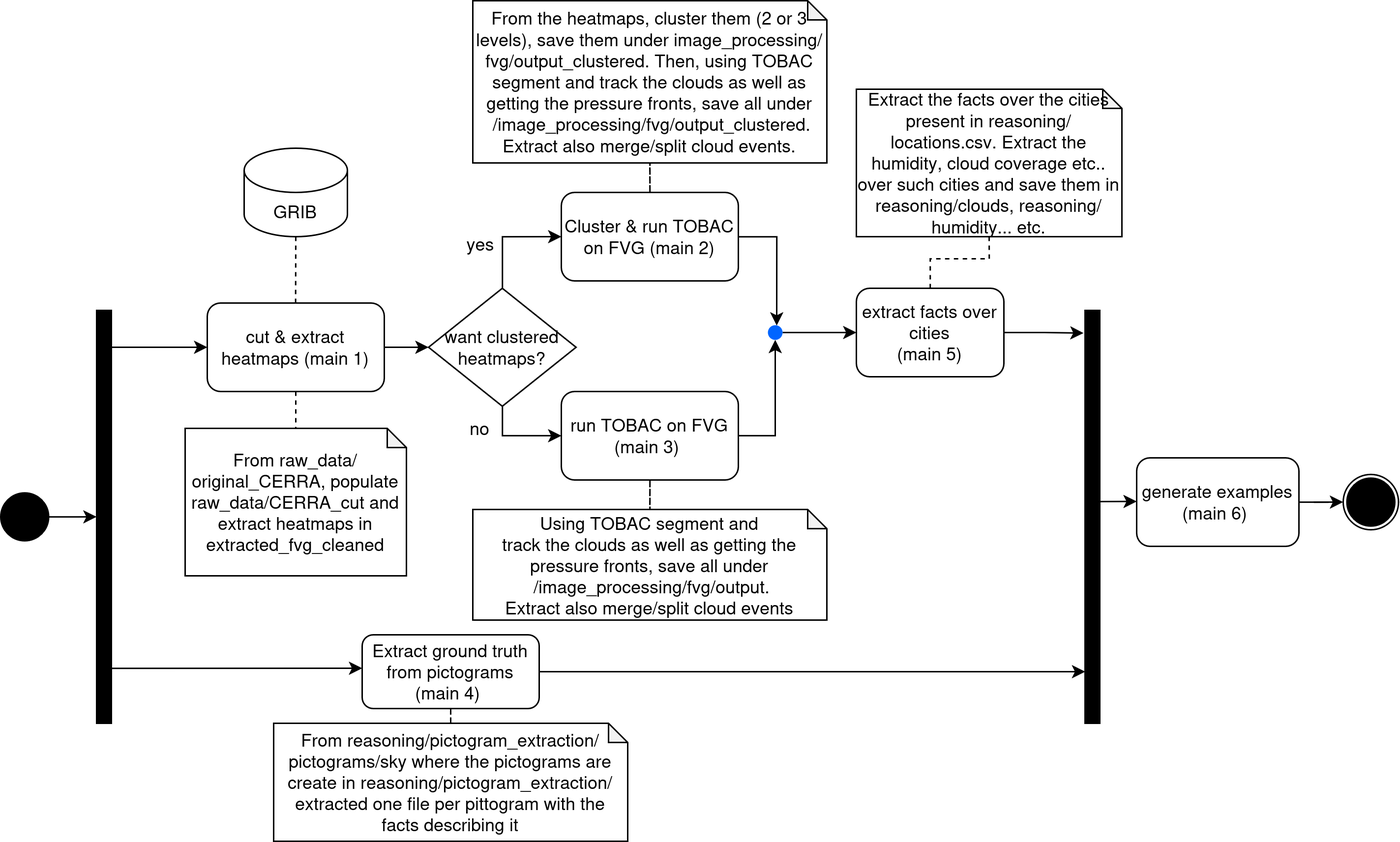
Earlier version of the draw.io export pipeline.png (EnrSanti/ForecastExplanation). Source tidied: cells renumbered, new cells last; positions are measured from the earlier drawing's top-left corner, leaving out a move shared by most shapes.
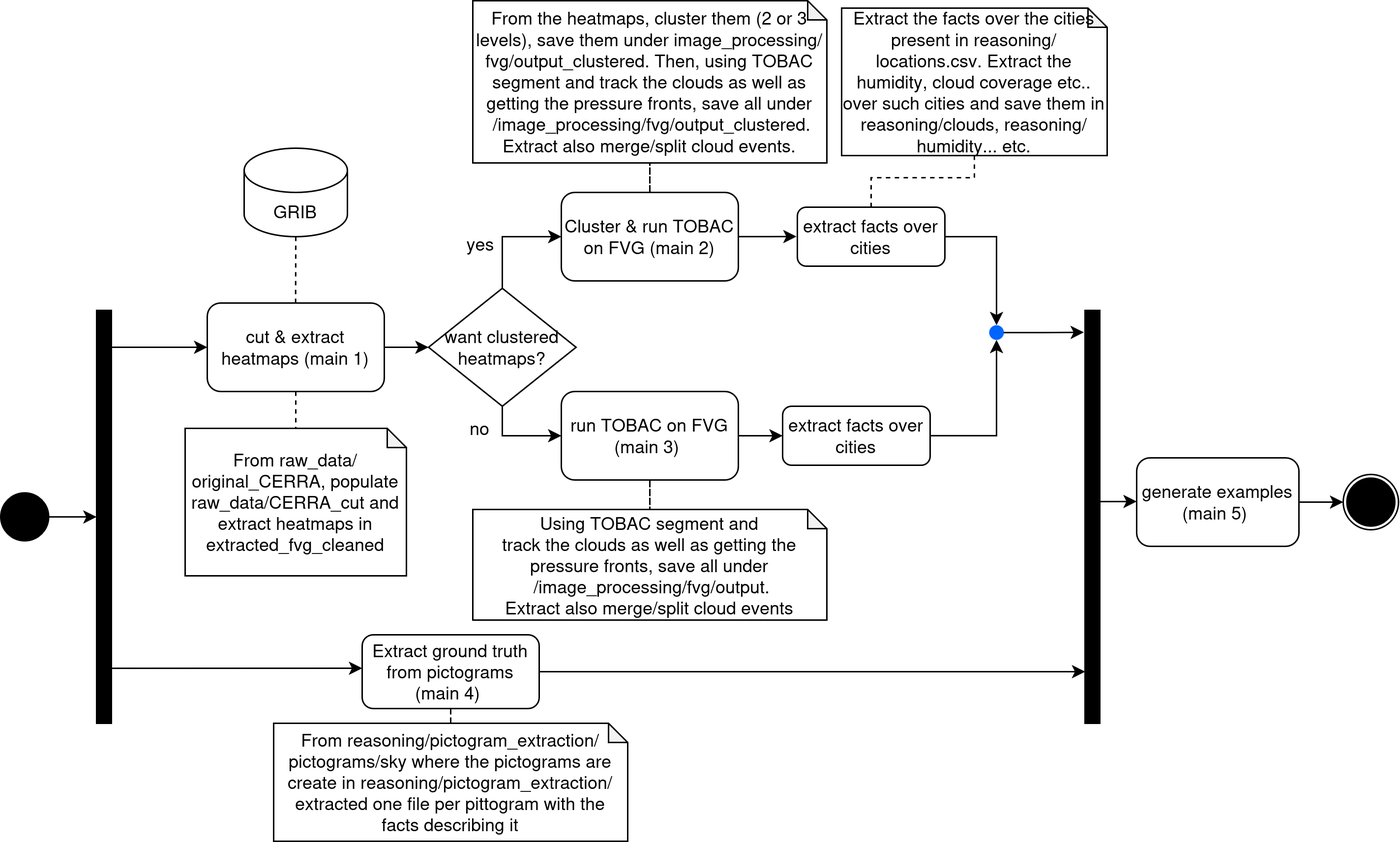
The same diagram one commit later.

The edit, as a diff of the source:
```diff
@@ -17,7 +17,7 @@
     <mxCell id="6" value="From raw_data/original_CERRA, populate raw_data/CERRA_cut and extract heatmaps in extracted_fvg_cleaned" style="shape=note;whiteSpace=wrap;html=1;backgroundOutline=1;darkOpacity=0.05;size=13;" parent="1" vertex="1">
       <mxGeometry x="195" y="290" width="150" height="100" as="geometry" />
     </mxCell>
-    <mxCell id="7" style="edgeStyle=orthogonalEdgeStyle;rounded=0;jettySize=auto;html=1;entryX=0.6;entryY=0.027;entryDx=0;entryDy=0;entryPerimeter=0;" parent="1" edge="1" source="8" target="15">
+    <mxCell id="7" style="edgeStyle=orthogonalEdgeStyle;rounded=0;jettySize=auto;html=1;entryX=-0.005;entryY=0.498;entryDx=0;entryDy=0;entryPerimeter=0;" parent="1" edge="1" source="8" target="36">
       <mxGeometry relative="1" as="geometry" />
     </mxCell>
     <mxCell id="8" value="Cluster &amp;amp; run TOBAC on FVG (main 2)" style="rounded=1;whiteSpace=wrap;html=1;" parent="1" vertex="1">
@@ -40,18 +40,12 @@
     <mxCell id="11" value="want clustered heatmaps?" style="rhombus;whiteSpace=wrap;html=1;" parent="1" vertex="1">
       <mxGeometry x="360" y="195" width="100" height="80" as="geometry" />
     </mxCell>
-    <mxCell id="12" style="edgeStyle=orthogonalEdgeStyle;rounded=0;jettySize=auto;html=1;entryX=0.5;entryY=1;entryDx=0;entryDy=0;" parent="1" edge="1" source="13" target="15">
+    <mxCell id="12" style="edgeStyle=orthogonalEdgeStyle;rounded=0;jettySize=auto;html=1;entryX=0;entryY=0.5;entryDx=0;entryDy=0;" parent="1" edge="1" source="13" target="46">
       <mxGeometry relative="1" as="geometry" />
     </mxCell>
     <mxCell id="13" value="run TOBAC on FVG (main 3)&amp;nbsp;" style="rounded=1;whiteSpace=wrap;html=1;" parent="1" vertex="1">
       <mxGeometry x="450" y="265" width="120" height="60" as="geometry" />
     </mxCell>
-    <mxCell id="14" style="edgeStyle=orthogonalEdgeStyle;rounded=0;jettySize=auto;html=1;entryX=0;entryY=0.5;entryDx=0;entryDy=0;" parent="1" edge="1" source="15" target="36">
-      <mxGeometry relative="1" as="geometry" />
-    </mxCell>
-    <mxCell id="15" style="shape=ellipse;fillColor=light-dark(#0065FF,#000000);strokeColor=none;html=1;sketch=0;" parent="1" vertex="1">
-      <mxGeometry x="590" y="220" width="10" height="10" as="geometry" />
-    </mxCell>
     <mxCell id="16" style="edgeStyle=orthogonalEdgeStyle;rounded=0;jettySize=auto;html=1;entryX=0.875;entryY=0.988;entryDx=0;entryDy=0;entryPerimeter=0;" parent="1" edge="1" source="18" target="25">
       <mxGeometry relative="1" as="geometry" />
     </mxCell>
@@ -117,7 +111,7 @@
     <mxCell id="32" style="edgeStyle=orthogonalEdgeStyle;rounded=0;jettySize=auto;html=1;entryX=0;entryY=0.5;entryDx=0;entryDy=0;" parent="1" edge="1" source="33" target="42">
       <mxGeometry relative="1" as="geometry" />
     </mxCell>
-    <mxCell id="33" value="generate examples (main 6)&amp;nbsp;" style="rounded=1;whiteSpace=wrap;html=1;" parent="1" vertex="1">
+    <mxCell id="33" value="generate examples (main 5)&amp;nbsp;" style="rounded=1;whiteSpace=wrap;html=1;" parent="1" vertex="1">
       <mxGeometry x="840" y="310" width="110" height="60" as="geometry" />
     </mxCell>
     <mxCell id="34" value="yes" style="text;html=1;whiteSpace=wrap;strokeColor=none;fillColor=none;align=center;verticalAlign=middle;rounded=0;" parent="1" vertex="1">
@@ -126,14 +120,14 @@
     <mxCell id="35" value="no" style="text;html=1;whiteSpace=wrap;strokeColor=none;fillColor=none;align=center;verticalAlign=middle;rounded=0;" parent="1" vertex="1">
       <mxGeometry x="380" y="275" width="30" height="30" as="geometry" />
     </mxCell>
+    <mxCell id="43" style="edgeStyle=orthogonalEdgeStyle;rounded=0;jettySize=auto;html=1;entryX=0.5;entryY=0;entryDx=0;entryDy=0;" parent="1" edge="1" source="36" target="44">
+      <mxGeometry relative="1" as="geometry" />
+    </mxCell>
-    <mxCell id="36" value="&lt;div&gt;extract facts over cities&lt;/div&gt;&lt;div&gt;(main 5)&lt;/div&gt;" style="rounded=1;whiteSpace=wrap;html=1;" parent="1" vertex="1">
-      <mxGeometry x="650" y="195" width="100" height="60" as="geometry" />
+    <mxCell id="36" value="&lt;div&gt;extract facts over cities&lt;/div&gt;" style="rounded=1;whiteSpace=wrap;html=1;" parent="1" vertex="1">
+      <mxGeometry x="610" y="140" width="100" height="40" as="geometry" />
     </mxCell>
-    <mxCell id="37" style="edgeStyle=orthogonalEdgeStyle;rounded=0;jettySize=auto;html=1;entryX=0.055;entryY=1.101;entryDx=0;entryDy=0;entryPerimeter=0;" parent="1" edge="1" source="36" target="25">
-      <mxGeometry relative="1" as="geometry" />
-    </mxCell>
     <mxCell id="38" value="Extract the facts over the cities present in reasoning/locations.csv. Extract the humidity, cloud coverage etc.. over such cities and save them in reasoning/clouds, reasoning/humidity... etc." style="shape=note;whiteSpace=wrap;html=1;backgroundOutline=1;darkOpacity=0.05;size=13;" parent="1" vertex="1">
-      <mxGeometry x="650" y="60" width="180" height="100" as="geometry" />
+      <mxGeometry x="640" y="5" width="180" height="100" as="geometry" />
     </mxCell>
     <mxCell id="39" style="edgeStyle=orthogonalEdgeStyle;rounded=0;jettySize=auto;html=1;entryX=0.5;entryY=1;entryDx=0;entryDy=0;entryPerimeter=0;endArrow=none;endFill=0;dashed=1;" parent="1" edge="1" source="36" target="38">
       <mxGeometry relative="1" as="geometry" />
@@ -147,5 +141,17 @@
     <mxCell id="42" style="ellipse;whiteSpace=wrap;html=1;strokeColor=light-dark(#000000,#FFFFFF);fillColor=none;" parent="40" vertex="1">
       <mxGeometry width="37.5" height="37.5" as="geometry" />
     </mxCell>
+    <mxCell id="44" style="shape=ellipse;fillColor=light-dark(#0065FF,#000000);strokeColor=none;html=1;sketch=0;" parent="1" vertex="1">
+      <mxGeometry x="740" y="220" width="10" height="10" as="geometry" />
+    </mxCell>
+    <mxCell id="45" style="edgeStyle=orthogonalEdgeStyle;rounded=0;jettySize=auto;html=1;entryX=0.5;entryY=1;entryDx=0;entryDy=0;" parent="1" edge="1" source="46" target="44">
+      <mxGeometry relative="1" as="geometry" />
+    </mxCell>
+    <mxCell id="46" value="&lt;div&gt;extract facts over cities&lt;/div&gt;" style="rounded=1;whiteSpace=wrap;html=1;" parent="1" vertex="1">
+      <mxGeometry x="600" y="275" width="100" height="40" as="geometry" />
+    </mxCell>
+    <mxCell id="47" style="edgeStyle=orthogonalEdgeStyle;rounded=0;jettySize=auto;html=1;entryX=0.053;entryY=1.074;entryDx=0;entryDy=0;entryPerimeter=0;" parent="1" edge="1" source="44" target="25">
+      <mxGeometry relative="1" as="geometry" />
+    </mxCell>
   </root>
 </mxGraphModel>
```
